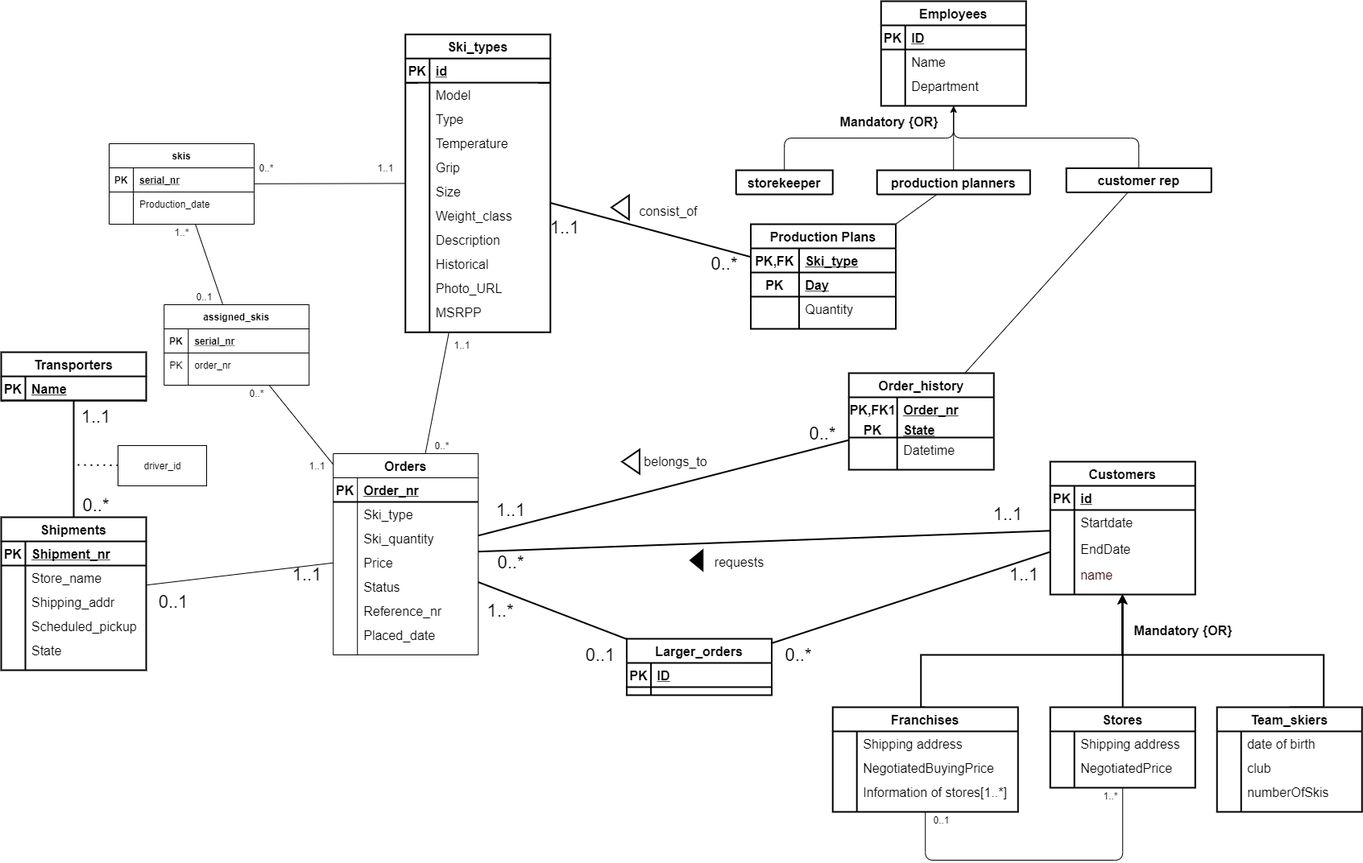
The draw.io diagram dokumenter/model_conceptual.png in nicholbs/RestfulAPI-database, before a commit. Source tidied: cells renumbered, new cells last; positions are measured from the earlier drawing's top-left corner, leaving out a move shared by most shapes.
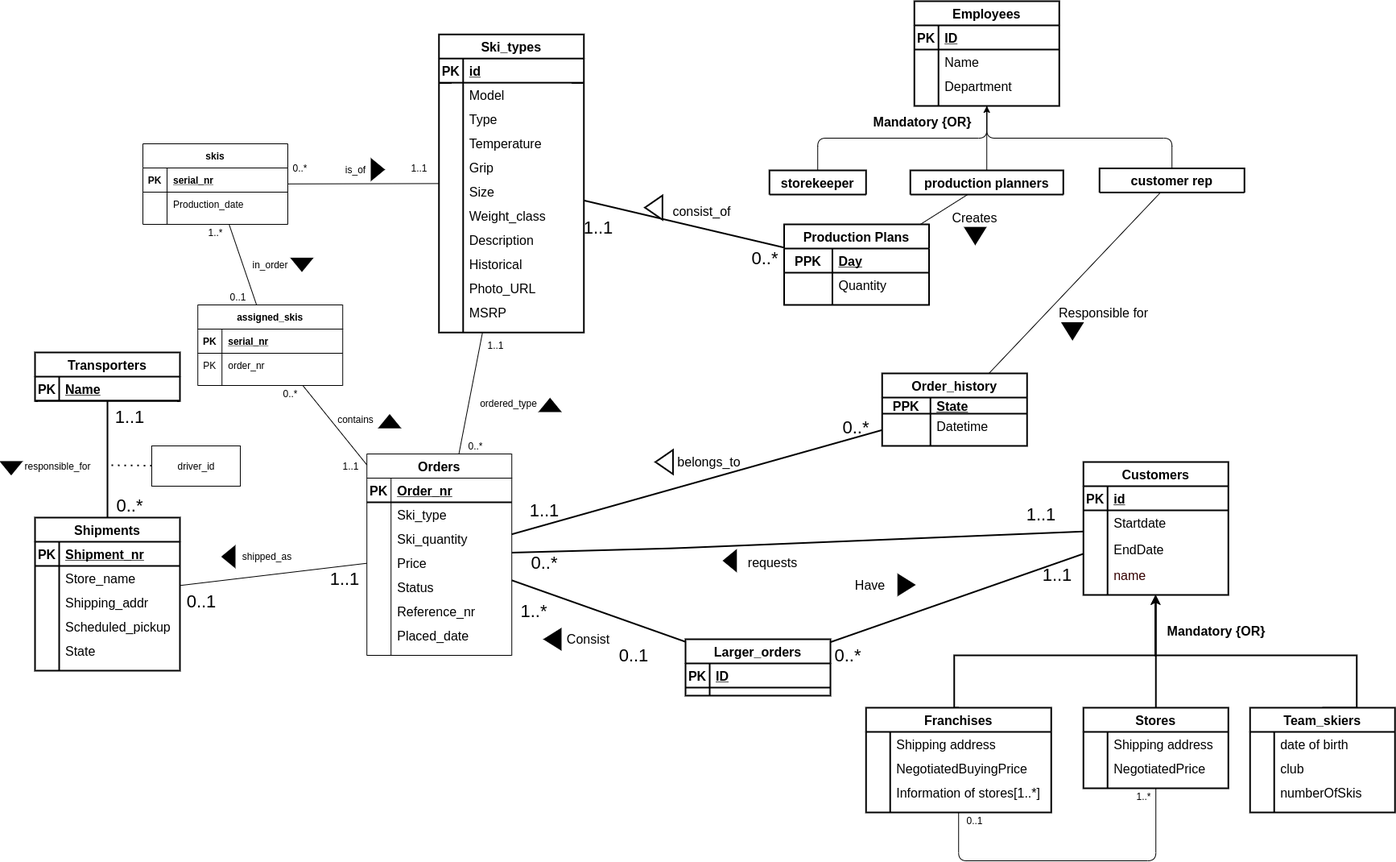
Above is the later version.

Diff of the diagram source:
```diff
@@ -99,7 +99,11 @@
       <mxGeometry x="1322.2" y="207.4" width="180" height="30" as="geometry" />
     </mxCell>
     <mxCell id="34" style="endArrow=none;html=1;fontFamily=Helvetica;strokeWidth=2;fontSize=16;" parent="1" edge="1" source="89" target="152">
-      <mxGeometry relative="1" as="geometry" />
+      <mxGeometry relative="1" as="geometry">
+        <Array as="points">
+          <mxPoint x="798" y="679" />
+        </Array>
+      </mxGeometry>
     </mxCell>
     <mxCell id="35" style="endArrow=none;html=1;fontFamily=Helvetica;strokeWidth=2;fontSize=16;fontColor=#FF3333;" parent="1" edge="1" source="113" target="152">
       <mxGeometry relative="1" as="geometry" />
@@ -221,7 +225,7 @@
     <mxCell id="74" style="shape=partialRectangle;fillColor=none;top=0;left=0;bottom=0;right=0;overflow=hidden;fontFamily=Helvetica;strokeWidth=2;fontSize=16;" parent="73" vertex="1">
       <mxGeometry width="30" height="30" as="geometry" />
     </mxCell>
-    <mxCell id="75" value="MSRPP" style="shape=partialRectangle;fillColor=none;top=0;left=0;bottom=0;right=0;align=left;spacingLeft=6;overflow=hidden;fontFamily=Helvetica;strokeWidth=2;fontSize=16;" parent="73" vertex="1">
+    <mxCell id="75" value="MSRP" style="shape=partialRectangle;fillColor=none;top=0;left=0;bottom=0;right=0;align=left;spacingLeft=6;overflow=hidden;fontFamily=Helvetica;strokeWidth=2;fontSize=16;" parent="73" vertex="1">
       <mxGeometry x="30" width="150" height="30" as="geometry" />
     </mxCell>
     <mxCell id="76" value="production planners" style="shape=table;startSize=30;rowLines=0;fontStyle=1;align=center;fontFamily=Helvetica;strokeWidth=2;fontSize=16;" parent="1" vertex="1" collapsed="1">
@@ -231,28 +235,19 @@
       <mxGeometry x="912.2" y="210" width="120" height="30" as="geometry" />
     </mxCell>
     <mxCell id="78" value="Production Plans" style="shape=table;startSize=30;rowLines=0;fontStyle=1;align=center;fontFamily=Helvetica;strokeWidth=2;fontSize=16;" parent="1" vertex="1">
-      <mxGeometry x="930.4" y="277" width="180" height="130" as="geometry" />
+      <mxGeometry x="930.4" y="277" width="180" height="100" as="geometry" />
     </mxCell>
-    <mxCell id="79" style="shape=partialRectangle;fillColor=none;top=0;left=0;bottom=1;right=0;fontFamily=Helvetica;strokeWidth=2;fontSize=16;" parent="78" vertex="1">
-      <mxGeometry y="30" width="180" height="30" as="geometry" />
-    </mxCell>
-    <mxCell id="80" value="PK,FK" style="shape=partialRectangle;fillColor=none;top=0;left=0;bottom=0;right=0;fontStyle=1;overflow=hidden;fontFamily=Helvetica;strokeWidth=2;fontSize=16;" parent="79" vertex="1">
-      <mxGeometry width="60" height="30" as="geometry" />
-    </mxCell>
-    <mxCell id="81" value="Ski_type" style="shape=partialRectangle;fillColor=none;top=0;left=0;bottom=0;right=0;align=left;spacingLeft=6;fontStyle=5;overflow=hidden;fontFamily=Helvetica;strokeWidth=2;fontSize=16;" parent="79" vertex="1">
-      <mxGeometry x="60" width="120" height="30" as="geometry" />
-    </mxCell>
     <mxCell id="82" style="shape=partialRectangle;fillColor=none;top=0;left=0;bottom=1;right=0;fontFamily=Helvetica;strokeWidth=2;fontSize=16;" parent="78" vertex="1">
-      <mxGeometry y="60" width="180" height="30" as="geometry" />
+      <mxGeometry y="30" width="180" height="30" as="geometry" />
     </mxCell>
-    <mxCell id="83" value="PK" style="shape=partialRectangle;fillColor=none;top=0;left=0;bottom=0;right=0;fontStyle=1;overflow=hidden;fontFamily=Helvetica;strokeWidth=2;fontSize=16;" parent="82" vertex="1">
+    <mxCell id="83" value="PPK" style="shape=partialRectangle;fillColor=none;top=0;left=0;bottom=0;right=0;fontStyle=1;overflow=hidden;fontFamily=Helvetica;strokeWidth=2;fontSize=16;" parent="82" vertex="1">
       <mxGeometry width="60" height="30" as="geometry" />
     </mxCell>
     <mxCell id="84" value="Day" style="shape=partialRectangle;fillColor=none;top=0;left=0;bottom=0;right=0;align=left;spacingLeft=6;fontStyle=5;overflow=hidden;fontFamily=Helvetica;strokeWidth=2;fontSize=16;" parent="82" vertex="1">
       <mxGeometry x="60" width="120" height="30" as="geometry" />
     </mxCell>
     <mxCell id="85" style="shape=partialRectangle;fillColor=none;top=0;left=0;bottom=0;right=0;fontFamily=Helvetica;strokeWidth=2;fontSize=16;" parent="78" vertex="1">
-      <mxGeometry y="90" width="180" height="30" as="geometry" />
+      <mxGeometry y="60" width="180" height="30" as="geometry" />
     </mxCell>
     <mxCell id="86" style="shape=partialRectangle;fillColor=none;top=0;left=0;bottom=0;right=0;overflow=hidden;fontFamily=Helvetica;strokeWidth=2;fontSize=16;" parent="85" vertex="1">
       <mxGeometry width="60" height="30" as="geometry" />
@@ -336,7 +331,7 @@
       <mxGeometry x="780.8" y="250.2" width="95" height="20.9" as="geometry" />
     </mxCell>
     <mxCell id="113" value="Larger_orders" style="shape=table;startSize=30;rowLines=0;fontStyle=1;align=center;fontFamily=Helvetica;strokeWidth=2;fontSize=16;" parent="1" vertex="1">
-      <mxGeometry x="776.6" y="792" width="180" height="70" as="geometry" />
+      <mxGeometry x="808" y="792" width="180" height="70" as="geometry" />
     </mxCell>
     <mxCell id="114" style="shape=partialRectangle;fillColor=none;top=0;left=0;bottom=1;right=0;fontFamily=Helvetica;strokeWidth=2;fontSize=16;" parent="113" vertex="1">
       <mxGeometry y="30" width="180" height="30" as="geometry" />
@@ -351,13 +346,13 @@
       <mxGeometry x="-425.8" y="-22" as="geometry" />
     </mxCell>
     <mxCell id="118" value="0..*" style="text;html=1;strokeColor=none;fillColor=none;align=center;verticalAlign=middle;whiteSpace=wrap;rounded=0;fontFamily=Helvetica;strokeWidth=2;fontSize=22;" parent="1" vertex="1">
-      <mxGeometry x="942.2" y="802" width="96.4" height="20" as="geometry" />
+      <mxGeometry x="961.8" y="802" width="96.4" height="20" as="geometry" />
     </mxCell>
     <mxCell id="119" value="1..1" style="text;html=1;strokeColor=none;fillColor=none;align=center;verticalAlign=middle;whiteSpace=wrap;rounded=0;fontFamily=Helvetica;strokeWidth=2;fontSize=22;" parent="1" vertex="1">
       <mxGeometry x="652.2" y="271.2" width="96.4" height="20" as="geometry" />
     </mxCell>
     <mxCell id="120" value="0..*" style="text;html=1;strokeColor=none;fillColor=none;align=center;verticalAlign=middle;whiteSpace=wrap;rounded=0;fontFamily=Helvetica;strokeWidth=2;fontSize=22;" parent="1" vertex="1">
-      <mxGeometry x="850.2" y="316.2" width="96.4" height="20" as="geometry" />
+      <mxGeometry x="859.3" y="309" width="96.4" height="20" as="geometry" />
     </mxCell>
     <mxCell id="121" style="endArrow=none;html=1;entryX=0.5;entryY=1;entryDx=0;entryDy=0;" parent="1" edge="1" source="77" target="22">
       <mxGeometry relative="1" as="geometry">
@@ -385,28 +380,19 @@
       <mxGeometry relative="1" as="geometry" />
     </mxCell>
     <mxCell id="126" value="Order_history" style="shape=table;startSize=30;rowLines=0;fontStyle=1;align=center;fontFamily=Helvetica;strokeWidth=2;fontSize=16;" parent="1" vertex="1">
-      <mxGeometry x="1052.2" y="462" width="180" height="120" as="geometry" />
+      <mxGeometry x="1052.2" y="462" width="180" height="90" as="geometry" />
     </mxCell>
-    <mxCell id="127" style="shape=partialRectangle;fillColor=none;top=0;left=0;bottom=0;right=0;fontFamily=Helvetica;strokeWidth=2;fontSize=16;fontColor=#FF3333;" parent="126" vertex="1">
-      <mxGeometry y="30" width="180" height="30" as="geometry" />
-    </mxCell>
-    <mxCell id="128" value="PK,FK1" style="shape=partialRectangle;fillColor=none;top=0;left=0;bottom=0;right=0;fontStyle=1;overflow=hidden;fontFamily=Helvetica;strokeWidth=2;fontSize=16;" parent="127" vertex="1">
-      <mxGeometry width="60" height="30" as="geometry" />
-    </mxCell>
-    <mxCell id="129" value="Order_nr" style="shape=partialRectangle;fillColor=none;top=0;left=0;bottom=0;right=0;align=left;spacingLeft=6;fontStyle=5;overflow=hidden;fontFamily=Helvetica;strokeWidth=2;fontSize=16;" parent="127" vertex="1">
-      <mxGeometry x="60" width="120" height="30" as="geometry" />
-    </mxCell>
     <mxCell id="130" style="shape=partialRectangle;fillColor=none;top=0;left=0;bottom=1;right=0;fontFamily=Helvetica;strokeWidth=2;fontSize=16;" parent="126" vertex="1">
-      <mxGeometry y="60" width="180" height="20" as="geometry" />
+      <mxGeometry y="30" width="180" height="20" as="geometry" />
     </mxCell>
-    <mxCell id="131" value="PK" style="shape=partialRectangle;fillColor=none;top=0;left=0;bottom=0;right=0;fontStyle=1;overflow=hidden;fontFamily=Helvetica;strokeWidth=2;fontSize=16;" parent="130" vertex="1">
+    <mxCell id="131" value="PPK" style="shape=partialRectangle;fillColor=none;top=0;left=0;bottom=0;right=0;fontStyle=1;overflow=hidden;fontFamily=Helvetica;strokeWidth=2;fontSize=16;" parent="130" vertex="1">
       <mxGeometry width="60" height="20" as="geometry" />
     </mxCell>
     <mxCell id="132" value="State" style="shape=partialRectangle;fillColor=none;top=0;left=0;bottom=0;right=0;align=left;spacingLeft=6;fontStyle=5;overflow=hidden;fontFamily=Helvetica;strokeWidth=2;fontSize=16;" parent="130" vertex="1">
       <mxGeometry x="60" width="120" height="20" as="geometry" />
     </mxCell>
     <mxCell id="133" style="shape=partialRectangle;fillColor=none;top=0;left=0;bottom=0;right=0;fontFamily=Helvetica;strokeWidth=2;fontSize=16;" parent="126" vertex="1">
-      <mxGeometry y="80" width="180" height="30" as="geometry" />
+      <mxGeometry y="50" width="180" height="30" as="geometry" />
     </mxCell>
     <mxCell id="134" style="shape=partialRectangle;fillColor=none;top=0;left=0;bottom=0;right=0;overflow=hidden;fontFamily=Helvetica;strokeWidth=2;fontSize=16;" parent="133" vertex="1">
       <mxGeometry width="60" height="30" as="geometry" />
@@ -415,7 +401,7 @@
       <mxGeometry x="60" width="120" height="30" as="geometry" />
     </mxCell>
     <mxCell id="136" value="0..*" style="text;html=1;strokeColor=none;fillColor=none;align=center;verticalAlign=middle;whiteSpace=wrap;rounded=0;fontFamily=Helvetica;strokeWidth=2;fontSize=22;" parent="1" vertex="1">
-      <mxGeometry x="972.2" y="527" width="96.4" height="20" as="geometry" />
+      <mxGeometry x="972.2" y="519" width="96.4" height="20" as="geometry" />
     </mxCell>
     <mxCell id="137" value="&lt;font style=&quot;font-size: 16px&quot;&gt;belongs_to&lt;/font&gt;" style="text;html=1;align=center;verticalAlign=middle;rotation=0;fontFamily=Helvetica;strokeWidth=2;fontSize=16;" parent="1" vertex="1">
       <mxGeometry x="792.4" y="562" width="90" height="20" as="geometry" />
@@ -633,10 +619,10 @@
       </mxGeometry>
     </mxCell>
     <mxCell id="202" value="1..1" style="text;html=1;strokeColor=none;fillColor=none;align=center;verticalAlign=middle;whiteSpace=wrap;rounded=0;fontFamily=Helvetica;strokeWidth=2;fontSize=22;" parent="1" vertex="1">
-      <mxGeometry x="332.2" y="702" width="96.4" height="20" as="geometry" />
+      <mxGeometry x="336.8" y="707" width="96.4" height="20" as="geometry" />
     </mxCell>
     <mxCell id="203" value="0..1" style="text;html=1;strokeColor=none;fillColor=none;align=center;verticalAlign=middle;whiteSpace=wrap;rounded=0;fontFamily=Helvetica;strokeWidth=2;fontSize=22;" parent="1" vertex="1">
-      <mxGeometry x="166.4" y="736" width="96.4" height="20" as="geometry" />
+      <mxGeometry x="158.6" y="734.5" width="96.4" height="20" as="geometry" />
     </mxCell>
     <mxCell id="204" value="0..*" style="text;html=1;align=center;verticalAlign=middle;" parent="1" vertex="1">
       <mxGeometry x="532.2" y="542" width="30" height="20" as="geometry" />
@@ -700,5 +686,68 @@
     <mxCell id="223" value="1..*" style="text;html=1;align=center;verticalAlign=middle;" parent="1" vertex="1">
       <mxGeometry x="209" y="277" width="30" height="20" as="geometry" />
     </mxCell>
+    <mxCell id="224" style="html=1;shadow=0;dashed=0;align=center;verticalAlign=middle;shape=mxgraph.arrows2.arrow;dy=0.6;dx=40;notch=0;fillColor=#000000;rotation=0;fontFamily=Helvetica;strokeWidth=2;fontSize=16;direction=west;" parent="1" vertex="1">
+      <mxGeometry x="633" y="779.5" width="20" height="25" as="geometry" />
+    </mxCell>
+    <mxCell id="225" style="edgeStyle=orthogonalEdgeStyle;rounded=0;orthogonalLoop=1;jettySize=auto;html=1;exitX=0.5;exitY=1;exitDx=0;exitDy=0;" parent="1" edge="1" source="198" target="198">
+      <mxGeometry relative="1" as="geometry" />
+    </mxCell>
+    <mxCell id="226" value="is_of" style="text;html=1;align=center;verticalAlign=middle;strokeColor=none;" parent="1" vertex="1">
+      <mxGeometry x="378" y="199" width="40" height="20" as="geometry" />
+    </mxCell>
+    <mxCell id="227" value="&lt;font style=&quot;font-size: 16px&quot;&gt;Consist&lt;/font&gt;" style="text;html=1;align=center;verticalAlign=middle;rotation=0;fontFamily=Helvetica;strokeWidth=2;fontSize=16;" parent="1" vertex="1">
+      <mxGeometry x="652.2" y="782" width="70" height="20" as="geometry" />
+    </mxCell>
+    <mxCell id="228" style="html=1;shadow=0;dashed=0;align=center;verticalAlign=middle;shape=mxgraph.arrows2.arrow;dy=0.6;dx=40;notch=0;fillColor=#000000;rotation=-180;fontFamily=Helvetica;strokeWidth=2;fontSize=16;direction=west;" parent="1" vertex="1">
+      <mxGeometry x="418" y="196.5" width="15.2" height="25" as="geometry" />
+    </mxCell>
+    <mxCell id="229" style="html=1;shadow=0;dashed=0;align=center;verticalAlign=middle;shape=mxgraph.arrows2.arrow;dy=0.6;dx=40;notch=0;fillColor=#000000;rotation=0;fontFamily=Helvetica;strokeWidth=2;fontSize=16;" parent="1" vertex="1">
+      <mxGeometry x="1072.2" y="712" width="20" height="25" as="geometry" />
+    </mxCell>
+    <mxCell id="230" value="&lt;font style=&quot;font-size: 16px&quot;&gt;Have&lt;/font&gt;" style="text;html=1;align=center;verticalAlign=middle;rotation=0;fontFamily=Helvetica;strokeWidth=2;fontSize=16;" parent="1" vertex="1">
+      <mxGeometry x="1012.2" y="714.5" width="50" height="20" as="geometry" />
+    </mxCell>
+    <mxCell id="231" value="responsible_for" style="text;html=1;align=center;verticalAlign=middle;strokeColor=none;" parent="1" vertex="1">
+      <mxGeometry x="-22" y="567" width="100" height="20" as="geometry" />
+    </mxCell>
+    <mxCell id="232" style="html=1;shadow=0;dashed=0;align=center;verticalAlign=middle;shape=mxgraph.arrows2.arrow;dy=0.6;dx=40;notch=0;fillColor=#000000;rotation=90;fontFamily=Helvetica;strokeWidth=2;fontSize=16;" parent="1" vertex="1">
+      <mxGeometry x="1278.7" y="397" width="20" height="25" as="geometry" />
+    </mxCell>
+    <mxCell id="233" value="Responsible for" style="text;html=1;align=center;verticalAlign=middle;rotation=0;fontFamily=Helvetica;strokeWidth=2;fontSize=16;" parent="1" vertex="1">
+      <mxGeometry x="1262.2" y="377" width="130" height="20" as="geometry" />
+    </mxCell>
+    <mxCell id="234" style="html=1;shadow=0;dashed=0;align=center;verticalAlign=middle;shape=mxgraph.arrows2.arrow;dy=0.6;dx=40;notch=0;fillColor=#000000;rotation=-180;fontFamily=Helvetica;strokeWidth=2;fontSize=16;direction=north;" parent="1" vertex="1">
+      <mxGeometry x="-42.1" y="571.9" width="25" height="15.2" as="geometry" />
+    </mxCell>
+    <mxCell id="235" value="shipped_as" style="text;html=1;align=center;verticalAlign=middle;strokeColor=none;" parent="1" vertex="1">
+      <mxGeometry x="248" y="679" width="80" height="20" as="geometry" />
+    </mxCell>
+    <mxCell id="236" style="html=1;shadow=0;dashed=0;align=center;verticalAlign=middle;shape=mxgraph.arrows2.arrow;dy=0.6;dx=40;notch=0;fillColor=#000000;rotation=-180;fontFamily=Helvetica;strokeWidth=2;fontSize=16;direction=east;" parent="1" vertex="1">
+      <mxGeometry x="232.8" y="677" width="15.2" height="25" as="geometry" />
+    </mxCell>
+    <mxCell id="237" value="in_order" style="text;html=1;align=center;verticalAlign=middle;strokeColor=none;" parent="1" vertex="1">
+      <mxGeometry x="262.2" y="317" width="60" height="20" as="geometry" />
+    </mxCell>
+    <mxCell id="238" style="html=1;shadow=0;dashed=0;align=center;verticalAlign=middle;shape=mxgraph.arrows2.arrow;dy=0.6;dx=40;notch=0;fillColor=#000000;rotation=-180;fontFamily=Helvetica;strokeWidth=2;fontSize=16;direction=north;" parent="1" vertex="1">
+      <mxGeometry x="319" y="319.4" width="25" height="15.2" as="geometry" />
+    </mxCell>
+    <mxCell id="239" value="contains" style="text;html=1;align=center;verticalAlign=middle;strokeColor=none;" parent="1" vertex="1">
+      <mxGeometry x="368" y="509" width="60" height="20" as="geometry" />
+    </mxCell>
+    <mxCell id="240" style="html=1;shadow=0;dashed=0;align=center;verticalAlign=middle;shape=mxgraph.arrows2.arrow;dy=0.6;dx=40;notch=0;fillColor=#000000;rotation=-180;fontFamily=Helvetica;strokeWidth=2;fontSize=16;direction=south;" parent="1" vertex="1">
+      <mxGeometry x="428" y="514" width="25" height="15.2" as="geometry" />
+    </mxCell>
+    <mxCell id="241" style="html=1;shadow=0;dashed=0;align=center;verticalAlign=middle;shape=mxgraph.arrows2.arrow;dy=0.6;dx=40;notch=0;fillColor=#000000;rotation=90;fontFamily=Helvetica;strokeWidth=2;fontSize=16;" parent="1" vertex="1">
+      <mxGeometry x="1157.9" y="278.7" width="20" height="25" as="geometry" />
+    </mxCell>
+    <mxCell id="242" value="ordered_type" style="text;html=1;align=center;verticalAlign=middle;strokeColor=none;" parent="1" vertex="1">
+      <mxGeometry x="543" y="489" width="90" height="20" as="geometry" />
+    </mxCell>
+    <mxCell id="243" value="Creates" style="text;html=1;align=center;verticalAlign=middle;rotation=0;fontFamily=Helvetica;strokeWidth=2;fontSize=16;" parent="1" vertex="1">
+      <mxGeometry x="1132.2" y="258.7" width="70" height="20" as="geometry" />
+    </mxCell>
+    <mxCell id="244" style="html=1;shadow=0;dashed=0;align=center;verticalAlign=middle;shape=mxgraph.arrows2.arrow;dy=0.6;dx=40;notch=0;fillColor=#000000;rotation=-180;fontFamily=Helvetica;strokeWidth=2;fontSize=16;direction=south;" parent="1" vertex="1">
+      <mxGeometry x="627.2" y="493.8" width="25" height="15.2" as="geometry" />
+    </mxCell>
   </root>
 </mxGraphModel>
```
